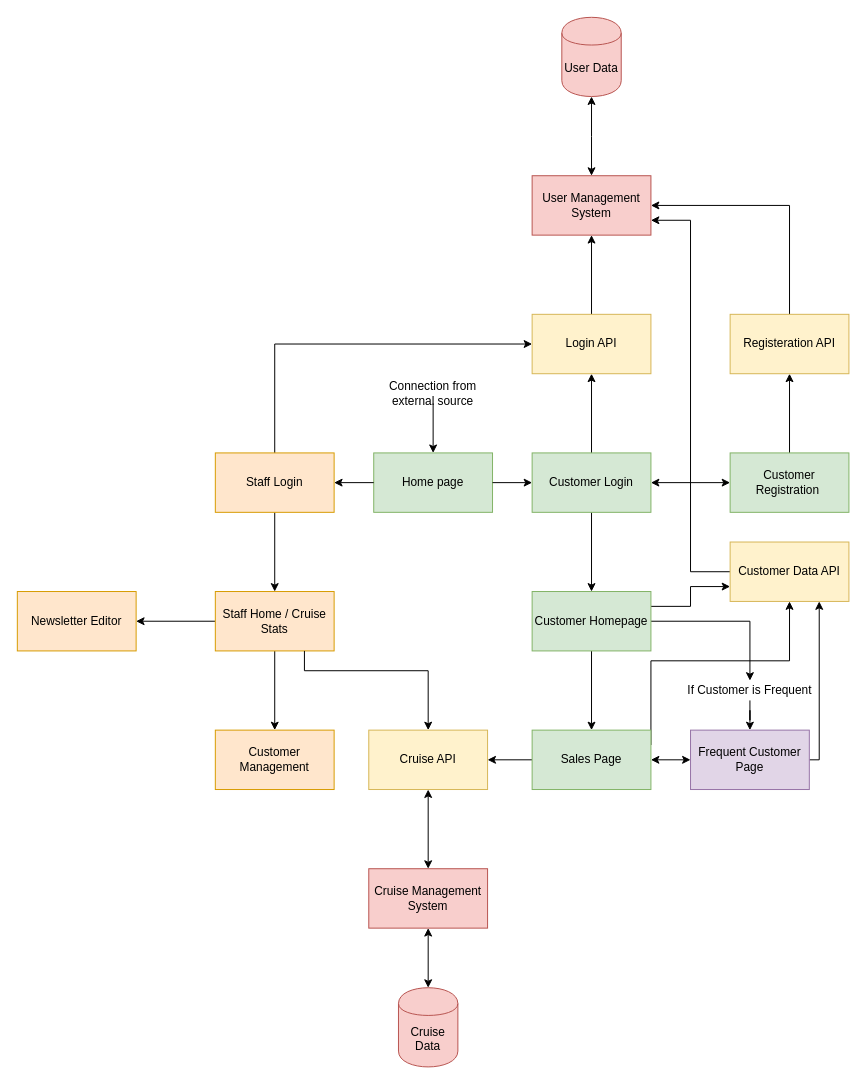
This is Untitled Diagram.drawio from mralimac/GUITest, a draw.io file, before an edit. Source tidied: cells renumbered, new cells numbered last; positions are measured from the earlier drawing's top-left corner, leaving out a move shared by most shapes. Both pictures are drawn from the tidied source at 99%, with x=0, y=0 at pixel (17, 17).
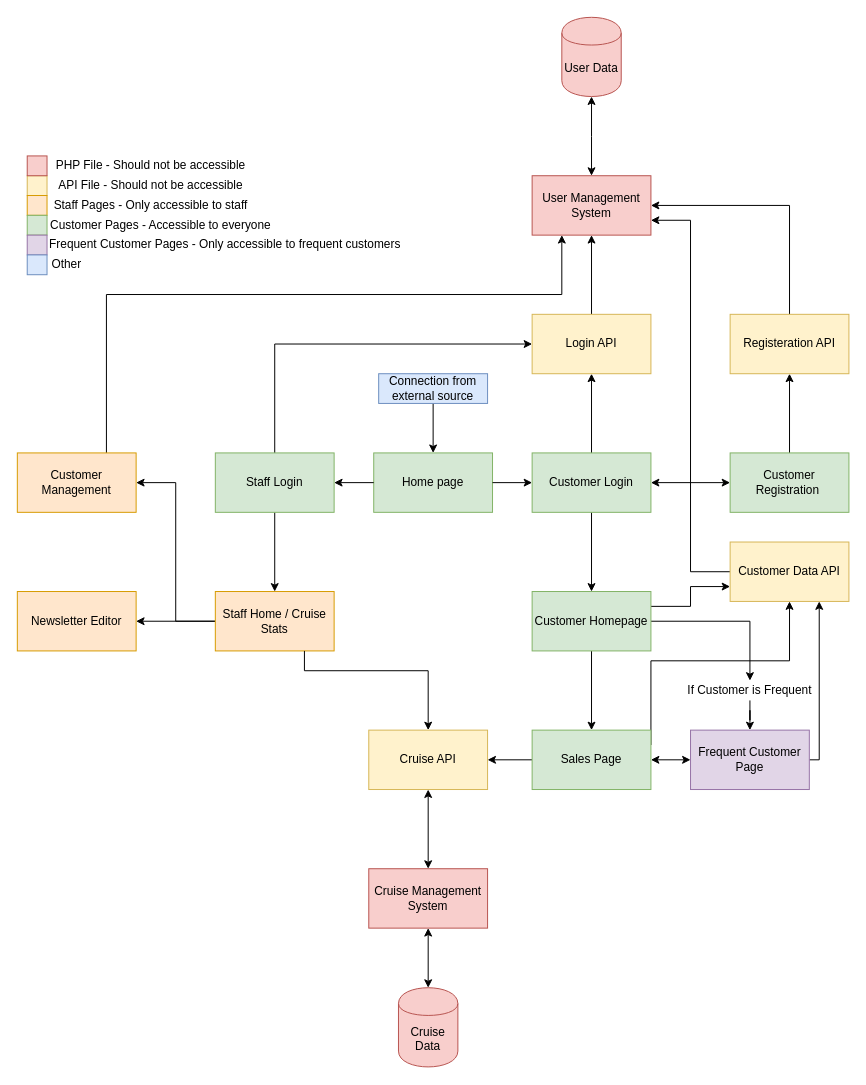
The same page after the edit.

The change refers to these unchanged cells:
```xml
<mxCell id="9" value="Staff Home / Cruise Stats" style="rounded=0;whiteSpace=wrap;html=1;fillColor=#ffe6cc;strokeColor=#d79b00;" parent="1" vertex="1">
  <mxGeometry x="200" y="580" width="120" height="60" as="geometry" />
</mxCell>
<mxCell id="19" value="User Management System" style="rounded=0;whiteSpace=wrap;html=1;fillColor=#f8cecc;strokeColor=#b85450;" parent="1" vertex="1">
  <mxGeometry x="520" y="160" width="120" height="60" as="geometry" />
</mxCell>
```

Diff of the diagram source:
```diff
@@
-    <mxCell id="6" value="Staff Login" style="rounded=0;whiteSpace=wrap;html=1;fillColor=#ffe6cc;strokeColor=#d79b00;" parent="1" vertex="1">
+    <mxCell id="6" value="Staff Login" style="rounded=0;whiteSpace=wrap;html=1;fillColor=#d5e8d4;strokeColor=#82b366;" parent="1" vertex="1">
       <mxGeometry x="200" y="440" width="120" height="60" as="geometry" />
     </mxCell>
@@
     <mxCell id="8" style="edgeStyle=orthogonalEdgeStyle;rounded=0;jettySize=auto;html=1;" parent="1" edge="1" source="9" target="10">
-      <mxGeometry relative="1" as="geometry" />
+      <mxGeometry relative="1" as="geometry">
+        <Array as="points">
+          <mxPoint x="160" y="610" />
+          <mxPoint x="160" y="470" />
+        </Array>
+      </mxGeometry>
     </mxCell>
@@
+    <mxCell id="48" style="edgeStyle=orthogonalEdgeStyle;rounded=0;jettySize=auto;html=1;exitX=0.75;exitY=0;exitDx=0;exitDy=0;entryX=0.25;entryY=1;entryDx=0;entryDy=0;" parent="1" edge="1" source="10" target="19">
+      <mxGeometry relative="1" as="geometry">
+        <Array as="points">
+          <mxPoint x="90" y="280" />
+          <mxPoint x="550" y="280" />
+        </Array>
+      </mxGeometry>
+    </mxCell>
     <mxCell id="10" value="Customer Management" style="rounded=0;whiteSpace=wrap;html=1;fillColor=#ffe6cc;strokeColor=#d79b00;" parent="1" vertex="1">
-      <mxGeometry x="200" y="720" width="120" height="60" as="geometry" />
+      <mxGeometry y="440" width="120" height="60" as="geometry" />
     </mxCell>
@@
-    <mxCell id="38" value="Connection from external source" style="text;html=1;strokeColor=none;fillColor=none;align=center;verticalAlign=middle;whiteSpace=wrap;rounded=0;" parent="1" vertex="1">
-      <mxGeometry x="365" y="370" width="110" height="20" as="geometry" />
+    <mxCell id="38" value="Connection from external source" style="text;html=1;strokeColor=#6c8ebf;fillColor=#dae8fc;align=center;verticalAlign=middle;whiteSpace=wrap;rounded=0;" parent="1" vertex="1">
+      <mxGeometry x="365" y="360" width="110" height="30" as="geometry" />
     </mxCell>
@@
+    <mxCell id="49" style="rounded=0;whiteSpace=wrap;html=1;fillColor=#fff2cc;strokeColor=#d6b656;" parent="1" vertex="1">
+      <mxGeometry x="10" y="160" width="20" height="20" as="geometry" />
+    </mxCell>
+    <mxCell id="50" style="rounded=0;whiteSpace=wrap;html=1;fillColor=#ffe6cc;strokeColor=#d79b00;" parent="1" vertex="1">
+      <mxGeometry x="10" y="180" width="20" height="20" as="geometry" />
+    </mxCell>
+    <mxCell id="51" style="rounded=0;whiteSpace=wrap;html=1;fillColor=#d5e8d4;strokeColor=#82b366;" parent="1" vertex="1">
+      <mxGeometry x="10" y="200" width="20" height="20" as="geometry" />
+    </mxCell>
+    <mxCell id="52" style="rounded=0;whiteSpace=wrap;html=1;fillColor=#f8cecc;strokeColor=#b85450;" parent="1" vertex="1">
+      <mxGeometry x="10" y="140" width="20" height="20" as="geometry" />
+    </mxCell>
+    <mxCell id="53" style="rounded=0;whiteSpace=wrap;html=1;fillColor=#e1d5e7;strokeColor=#9673a6;" parent="1" vertex="1">
+      <mxGeometry x="10" y="220" width="20" height="20" as="geometry" />
+    </mxCell>
+    <mxCell id="54" style="rounded=0;whiteSpace=wrap;html=1;fillColor=#dae8fc;strokeColor=#6c8ebf;" parent="1" vertex="1">
+      <mxGeometry x="10" y="240" width="20" height="20" as="geometry" />
+    </mxCell>
+    <mxCell id="55" value="PHP File - Should not be accessible" style="text;html=1;strokeColor=none;fillColor=none;align=center;verticalAlign=middle;whiteSpace=wrap;rounded=0;" parent="1" vertex="1">
+      <mxGeometry x="30" y="140" width="210" height="20" as="geometry" />
+    </mxCell>
+    <mxCell id="56" value="API File - Should not be accessible" style="text;html=1;strokeColor=none;fillColor=none;align=center;verticalAlign=middle;whiteSpace=wrap;rounded=0;" parent="1" vertex="1">
+      <mxGeometry x="30" y="160" width="210" height="20" as="geometry" />
+    </mxCell>
+    <mxCell id="57" value="Staff Pages - Only accessible to staff" style="text;html=1;strokeColor=none;fillColor=none;align=center;verticalAlign=middle;whiteSpace=wrap;rounded=0;" parent="1" vertex="1">
+      <mxGeometry x="30" y="180" width="210" height="20" as="geometry" />
+    </mxCell>
+    <mxCell id="58" value="Customer Pages - Accessible to everyone" style="text;html=1;strokeColor=none;fillColor=none;align=center;verticalAlign=middle;whiteSpace=wrap;rounded=0;" parent="1" vertex="1">
+      <mxGeometry x="30" y="200" width="230" height="20" as="geometry" />
+    </mxCell>
+    <mxCell id="59" value="Frequent Customer Pages - Only accessible to frequent customers" style="text;html=1;strokeColor=none;fillColor=none;align=center;verticalAlign=middle;whiteSpace=wrap;rounded=0;" parent="1" vertex="1">
+      <mxGeometry x="30" y="220" width="360" height="20" as="geometry" />
+    </mxCell>
+    <mxCell id="60" value="Other" style="text;html=1;strokeColor=none;fillColor=none;align=center;verticalAlign=middle;whiteSpace=wrap;rounded=0;" parent="1" vertex="1">
+      <mxGeometry x="30" y="240" width="40" height="20" as="geometry" />
+    </mxCell>
```
